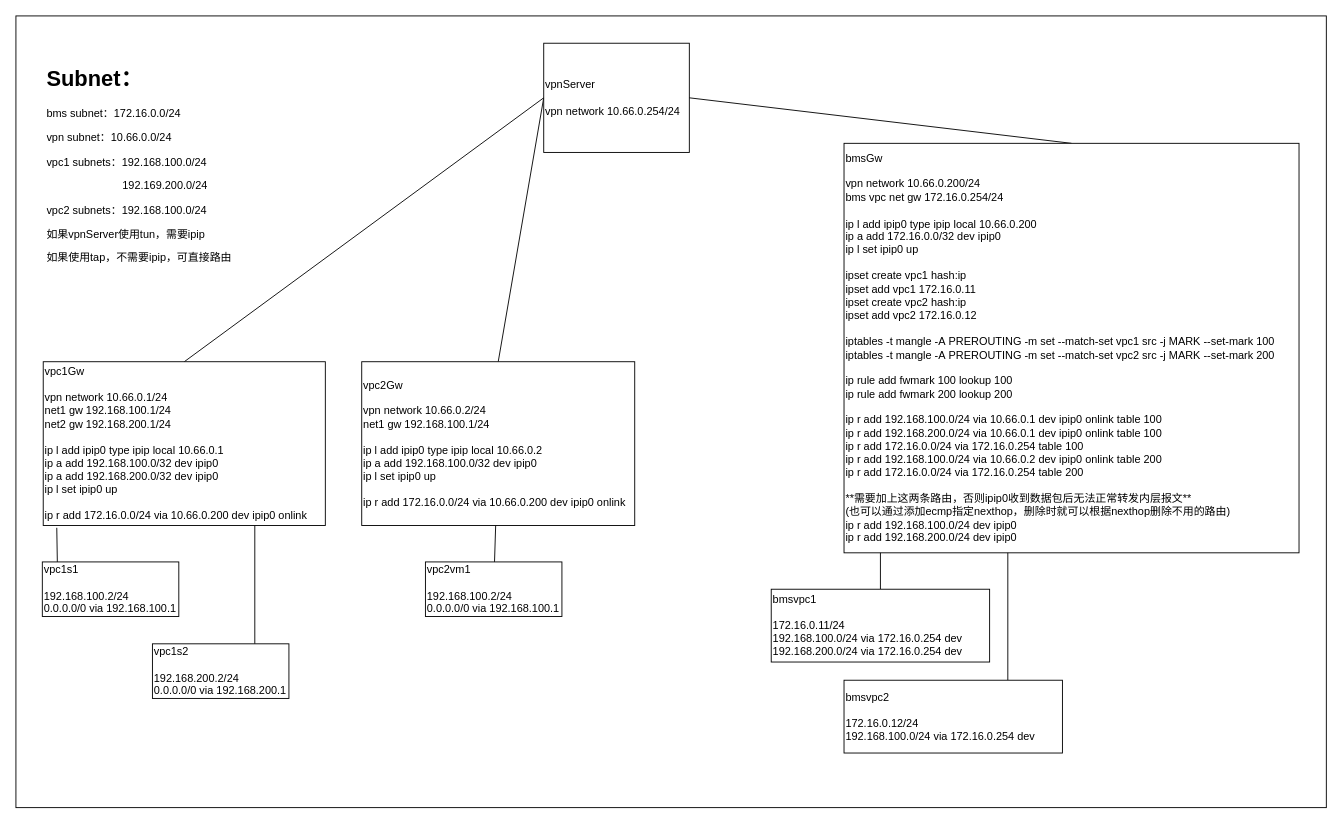
This is page "裸金属和vpc网络互联方案" (2 of 3) of docs/vpcBmsNetwork.drawio from lucheng0127/vpcBmsNetwork, a draw.io file, before an edit. Source tidied: cells renumbered, new cells numbered last; positions are measured from the earlier drawing's top-left corner, leaving out a move shared by most shapes. Both pictures are drawn from the tidied source at 91%, with x=0, y=0 at pixel (15, 15).
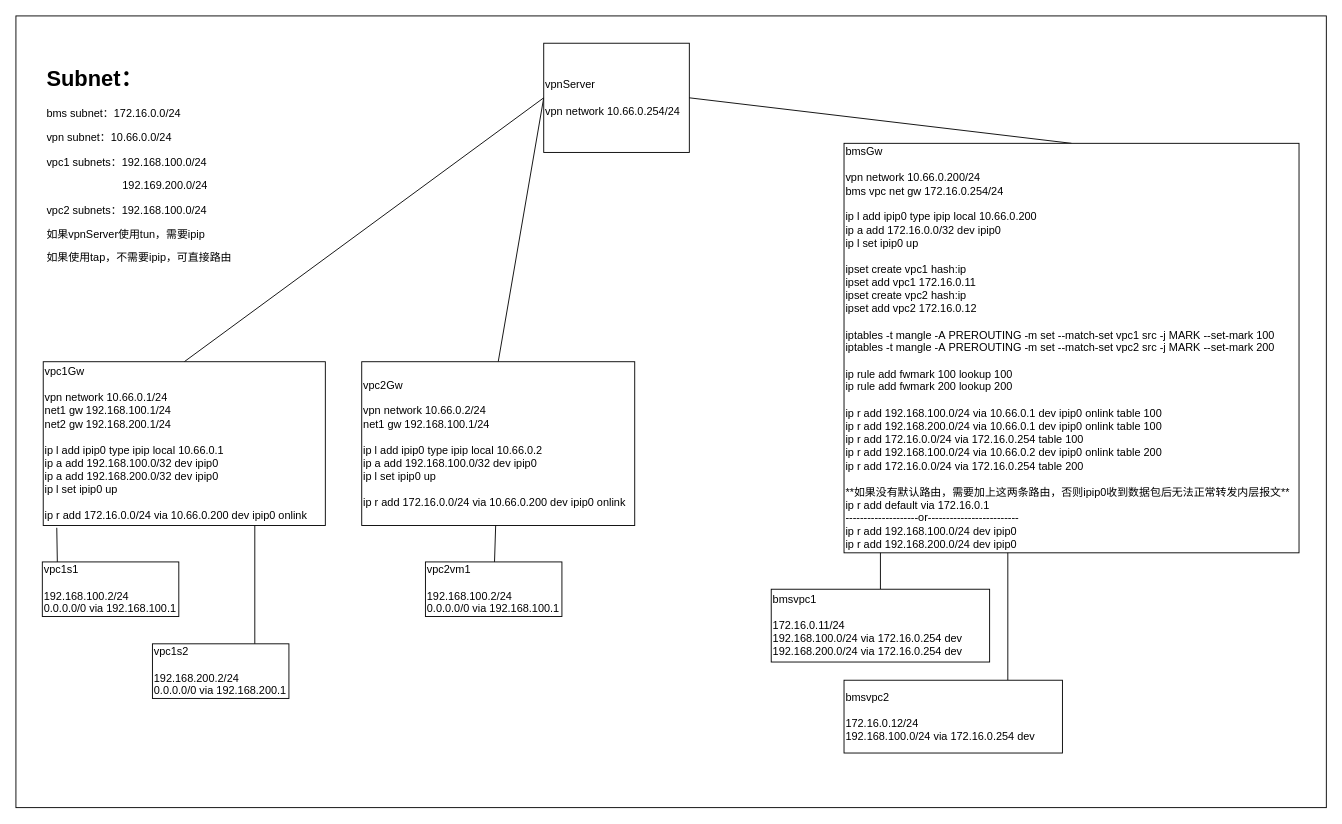
After the change.

Diff of the diagram source:
```diff
@@
-    <mxCell id="16" value="bmsGw&lt;br&gt;&lt;br&gt;vpn network 10.66.0.200/24&lt;br&gt;bms vpc net gw&amp;nbsp;172.16.0.254/24&lt;br&gt;&lt;br&gt;ip l add ipip0 type ipip local 10.66.0.200&lt;br&gt;&lt;div&gt;ip a add 172.16.0.0/32 dev ipip0&lt;/div&gt;&lt;div&gt;ip l set ipip0 up&lt;/div&gt;&lt;div&gt;&lt;br&gt;&lt;/div&gt;&lt;div&gt;ipset create vpc1 hash:ip&lt;br&gt;&lt;/div&gt;&lt;div&gt;&lt;div&gt;ipset add vpc1 172.16.0.11&lt;/div&gt;&lt;div&gt;ipset create vpc2 hash:ip&lt;/div&gt;&lt;div&gt;ipset add vpc2 172.16.0.12&lt;/div&gt;&lt;/div&gt;&lt;div&gt;&lt;br&gt;&lt;/div&gt;&lt;div&gt;&lt;div&gt;iptables -t mangle -A&amp;nbsp;PREROUTING -m set --match-set vpc1 src -j MARK --set&lt;span style=&quot;background-color: initial;&quot;&gt;-mark 100&lt;/span&gt;&lt;/div&gt;&lt;div&gt;iptables -t mangle -A&amp;nbsp;PREROUTING -m set --match-set vpc2 src -j MARK --set&lt;span style=&quot;background-color: initial;&quot;&gt;-mark 200&lt;/span&gt;&lt;/div&gt;&lt;/div&gt;&lt;div&gt;&lt;span style=&quot;background-color: initial;&quot;&gt;&lt;br&gt;&lt;/span&gt;&lt;/div&gt;&lt;div&gt;&lt;span style=&quot;background-color: initial;&quot;&gt;ip rule add fwmark 100 lookup 100&lt;br&gt;&lt;/span&gt;&lt;/div&gt;&lt;div&gt;&lt;span style=&quot;background-color: initial;&quot;&gt;ip rule add fwmark 200 lookup 200&lt;br&gt;&lt;/span&gt;&lt;/div&gt;&lt;div&gt;&lt;span style=&quot;background-color: initial;&quot;&gt;&lt;br&gt;&lt;/span&gt;&lt;/div&gt;&lt;div&gt;&lt;span style=&quot;background-color: initial;&quot;&gt;&lt;div&gt;ip r add 192.168.100.0/24 via 10.66.0.1 dev ipip0 onlink table 100&lt;/div&gt;&lt;div&gt;ip r add 192.168.200.0/24 via 10.66.0.1 dev ipip0 onlink table 100&lt;/div&gt;&lt;div&gt;ip r add 172.16.0.0/24 via 172.16.0.254 table 100&lt;br&gt;&lt;/div&gt;&lt;div&gt;ip r add 192.168.100.0/24 via 10.66.0.2 dev ipip0 onlink table 200&lt;/div&gt;&lt;div&gt;ip r add 172.16.0.0/24 via 172.16.0.254 table 200&lt;br&gt;&lt;/div&gt;&lt;div&gt;&lt;br&gt;&lt;/div&gt;&lt;div&gt;**需要加上这两条路由，否则ipip0收到数据包后无法正常转发内层报文**&lt;/div&gt;&lt;div&gt;(也可以通过添加ecmp指定nexthop，删除时就可以根据nexthop删除不用的路由)&lt;/div&gt;&lt;div&gt;&lt;div&gt;ip r add 192.168.100.0/24 dev ipip0&lt;/div&gt;&lt;div&gt;ip r add 192.168.200.0/24 dev ipip0&lt;/div&gt;&lt;/div&gt;&lt;/span&gt;&lt;/div&gt;" style="rounded=0;whiteSpace=wrap;html=1;align=left;" parent="1" vertex="1">
+    <mxCell id="16" value="bmsGw&lt;br&gt;&lt;br&gt;vpn network 10.66.0.200/24&lt;br&gt;bms vpc net gw&amp;nbsp;172.16.0.254/24&lt;br&gt;&lt;br&gt;ip l add ipip0 type ipip local 10.66.0.200&lt;br&gt;&lt;div&gt;ip a add 172.16.0.0/32 dev ipip0&lt;/div&gt;&lt;div&gt;ip l set ipip0 up&lt;/div&gt;&lt;div&gt;&lt;br&gt;&lt;/div&gt;&lt;div&gt;ipset create vpc1 hash:ip&lt;br&gt;&lt;/div&gt;&lt;div&gt;&lt;div&gt;ipset add vpc1 172.16.0.11&lt;/div&gt;&lt;div&gt;ipset create vpc2 hash:ip&lt;/div&gt;&lt;div&gt;ipset add vpc2 172.16.0.12&lt;/div&gt;&lt;/div&gt;&lt;div&gt;&lt;br&gt;&lt;/div&gt;&lt;div&gt;&lt;div&gt;iptables -t mangle -A&amp;nbsp;PREROUTING -m set --match-set vpc1 src -j MARK --set&lt;span style=&quot;background-color: initial;&quot;&gt;-mark 100&lt;/span&gt;&lt;/div&gt;&lt;div&gt;iptables -t mangle -A&amp;nbsp;PREROUTING -m set --match-set vpc2 src -j MARK --set&lt;span style=&quot;background-color: initial;&quot;&gt;-mark 200&lt;/span&gt;&lt;/div&gt;&lt;/div&gt;&lt;div&gt;&lt;span style=&quot;background-color: initial;&quot;&gt;&lt;br&gt;&lt;/span&gt;&lt;/div&gt;&lt;div&gt;&lt;span style=&quot;background-color: initial;&quot;&gt;ip rule add fwmark 100 lookup 100&lt;br&gt;&lt;/span&gt;&lt;/div&gt;&lt;div&gt;&lt;span style=&quot;background-color: initial;&quot;&gt;ip rule add fwmark 200 lookup 200&lt;br&gt;&lt;/span&gt;&lt;/div&gt;&lt;div&gt;&lt;span style=&quot;background-color: initial;&quot;&gt;&lt;br&gt;&lt;/span&gt;&lt;/div&gt;&lt;div&gt;&lt;span style=&quot;background-color: initial;&quot;&gt;&lt;div&gt;ip r add 192.168.100.0/24 via 10.66.0.1 dev ipip0 onlink table 100&lt;/div&gt;&lt;div&gt;ip r add 192.168.200.0/24 via 10.66.0.1 dev ipip0 onlink table 100&lt;/div&gt;&lt;div&gt;ip r add 172.16.0.0/24 via 172.16.0.254 table 100&lt;br&gt;&lt;/div&gt;&lt;div&gt;ip r add 192.168.100.0/24 via 10.66.0.2 dev ipip0 onlink table 200&lt;/div&gt;&lt;div&gt;ip r add 172.16.0.0/24 via 172.16.0.254 table 200&lt;br&gt;&lt;/div&gt;&lt;div&gt;&lt;br&gt;&lt;/div&gt;&lt;div&gt;**如果没有默认路由，需要加上这两条路由，否则ipip0收到数据包后无法正常转发内层报文**&lt;/div&gt;&lt;div&gt;ip r add default via 172.16.0.1&lt;/div&gt;&lt;div&gt;--------------------or-------------------------&lt;/div&gt;&lt;div&gt;&lt;span style=&quot;background-color: initial;&quot;&gt;ip r add 192.168.100.0/24 dev ipip0&amp;nbsp; &amp;nbsp; &amp;nbsp;&lt;/span&gt;&lt;br&gt;&lt;/div&gt;&lt;div&gt;&lt;div&gt;ip r add 192.168.200.0/24 dev ipip0&amp;nbsp;&lt;/div&gt;&lt;/div&gt;&lt;/span&gt;&lt;/div&gt;" style="rounded=0;whiteSpace=wrap;html=1;align=left;" parent="1" vertex="1">
       <mxGeometry x="910" y="140" width="500" height="450" as="geometry" />
     </mxCell>
```
